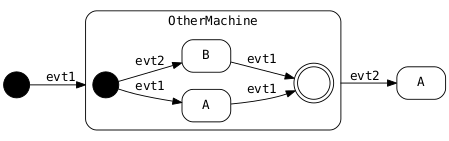
Before: diagrams/composite.png, a diagram exported from Graphviz (dsiroky/dsml). Its source is kept beside it as diagrams/composite.dot. The source it was exported from:
```dot
digraph {

include(common.style)

initial [ shape=point height=0.4 ];
initial_sub [ shape=point height=0.4 ];
final_sub [ shape=doublecircle label="" ];
A_sub [ label="A" ];
B_sub [ label="B" ];

subgraph cluster0 {
    label = "OtherMachine"
    style = rounded

    initial_sub -> A_sub [ label="evt1" ];
    initial_sub -> B_sub [ label="evt2" ];
    A_sub -> final_sub [ label="evt1" ];
    B_sub -> final_sub [ label="evt1" ];
  }

initial -> initial_sub [ label="evt1" lhead=cluster0 ];
final_sub -> A [ label="evt2" ltail=cluster0 ];

}
```
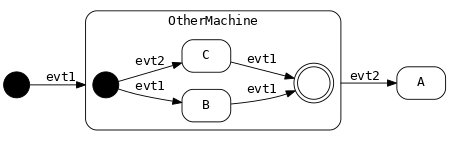
Above is the later version.

The edit, as a diff of the source:
```diff
@@ -5,17 +5,17 @@
 initial [ shape=point height=0.4 ];
 initial_sub [ shape=point height=0.4 ];
 final_sub [ shape=doublecircle label="" ];
-A_sub [ label="A" ];
 B_sub [ label="B" ];
+C_sub [ label="C" ];
 
 subgraph cluster0 {
     label = "OtherMachine"
     style = rounded
 
-    initial_sub -> A_sub [ label="evt1" ];
-    initial_sub -> B_sub [ label="evt2" ];
-    A_sub -> final_sub [ label="evt1" ];
+    initial_sub -> B_sub [ label="evt1" ];
+    initial_sub -> C_sub [ label="evt2" ];
     B_sub -> final_sub [ label="evt1" ];
+    C_sub -> final_sub [ label="evt1" ];
   }
 
 initial -> initial_sub [ label="evt1" lhead=cluster0 ];
```
